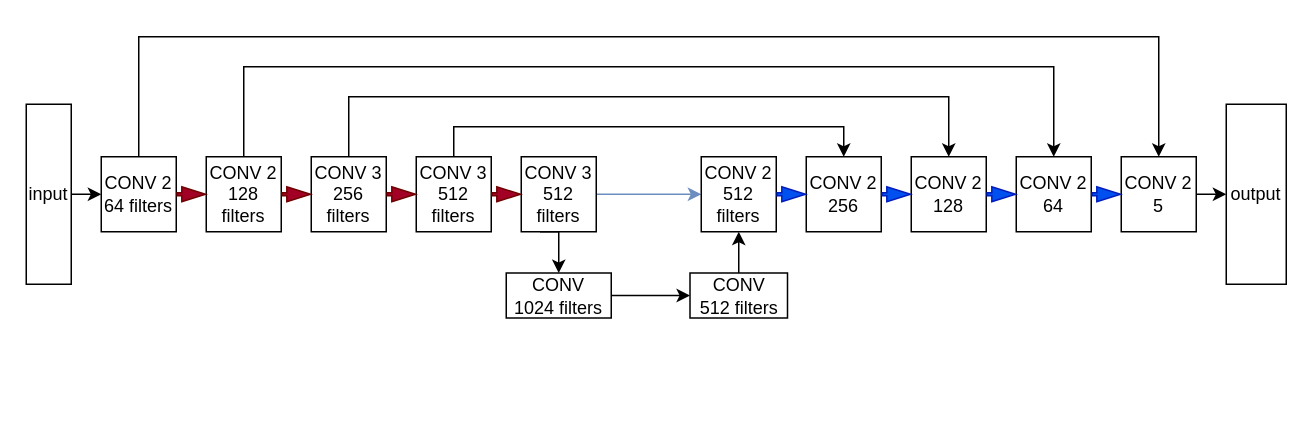
SimonMoritz/deep-learning keeps this draw.io diagram as vgg16-unet-transfer.drawio. Above is the earlier version. Source tidied: cells renumbered, new cells numbered last; positions are measured from the earlier drawing's top-left corner, leaving out a move shared by most shapes. Both pictures are drawn from the tidied source at 150%, with x=0, y=0 at pixel (26, 36).
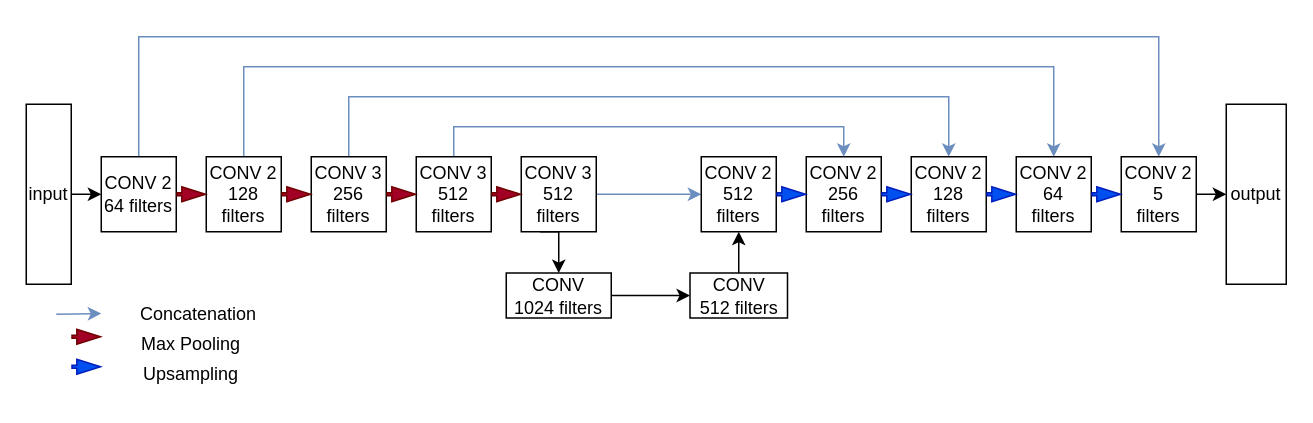
Above is the later version.

The change refers to these unchanged cells:
```xml
<mxCell id="3" value="&lt;div&gt;CONV 2&lt;/div&gt;&lt;div&gt;64 filters&lt;br&gt;&lt;/div&gt;" style="whiteSpace=wrap;html=1;" parent="1" vertex="1">
  <mxGeometry x="50" y="80" width="50" height="50" as="geometry" />
</mxCell>
<mxCell id="5" value="&lt;div&gt;CONV 2&lt;/div&gt;&lt;div&gt;128 filters&lt;br&gt;&lt;/div&gt;" style="whiteSpace=wrap;html=1;" parent="1" vertex="1">
  <mxGeometry x="120" y="80" width="50" height="50" as="geometry" />
</mxCell>
<mxCell id="7" value="&lt;div&gt;CONV 3&lt;br&gt;&lt;/div&gt;&lt;div&gt;256 filters&lt;br&gt;&lt;/div&gt;" style="whiteSpace=wrap;html=1;" parent="1" vertex="1">
  <mxGeometry x="190" y="80" width="50" height="50" as="geometry" />
</mxCell>
<mxCell id="19" value="&lt;div&gt;CONV 3&lt;br&gt;&lt;/div&gt;&lt;div&gt;512 filters&lt;br&gt;&lt;/div&gt;" style="whiteSpace=wrap;html=1;" parent="1" vertex="1">
  <mxGeometry x="260" y="80" width="50" height="50" as="geometry" />
</mxCell>
```

The edit, as a diff of the source:
```diff
@@
-    <mxCell id="2" style="edgeStyle=orthogonalEdgeStyle;rounded=0;jettySize=auto;html=1;exitX=0.5;exitY=0;exitDx=0;exitDy=0;entryX=0.5;entryY=0;entryDx=0;entryDy=0;" parent="1" edge="1" source="3" target="29">
+    <mxCell id="2" style="edgeStyle=orthogonalEdgeStyle;rounded=0;jettySize=auto;html=1;exitX=0.5;exitY=0;exitDx=0;exitDy=0;entryX=0.5;entryY=0;entryDx=0;entryDy=0;fillColor=#dae8fc;strokeColor=#6c8ebf;" parent="1" edge="1" source="3" target="29">
       <mxGeometry relative="1" as="geometry">
         <Array as="points">
           <mxPoint x="75" />
           <mxPoint x="755" />
         </Array>
       </mxGeometry>
     </mxCell>
@@
-    <mxCell id="4" style="edgeStyle=orthogonalEdgeStyle;rounded=0;jettySize=auto;html=1;exitX=0.5;exitY=0;exitDx=0;exitDy=0;entryX=0.5;entryY=0;entryDx=0;entryDy=0;" parent="1" edge="1" source="5" target="26">
+    <mxCell id="4" style="edgeStyle=orthogonalEdgeStyle;rounded=0;jettySize=auto;html=1;exitX=0.5;exitY=0;exitDx=0;exitDy=0;entryX=0.5;entryY=0;entryDx=0;entryDy=0;fillColor=#dae8fc;strokeColor=#6c8ebf;" parent="1" edge="1" source="5" target="26">
       <mxGeometry relative="1" as="geometry">
         <Array as="points">
           <mxPoint x="145" y="20" />
           <mxPoint x="685" y="20" />
         </Array>
       </mxGeometry>
     </mxCell>
@@
-    <mxCell id="6" style="edgeStyle=orthogonalEdgeStyle;rounded=0;jettySize=auto;html=1;entryX=0.5;entryY=0;entryDx=0;entryDy=0;exitX=0.5;exitY=0;exitDx=0;exitDy=0;" parent="1" edge="1" source="7" target="17">
+    <mxCell id="6" style="edgeStyle=orthogonalEdgeStyle;rounded=0;jettySize=auto;html=1;entryX=0.5;entryY=0;entryDx=0;entryDy=0;exitX=0.5;exitY=0;exitDx=0;exitDy=0;fillColor=#dae8fc;strokeColor=#6c8ebf;" parent="1" edge="1" source="7" target="17">
       <mxGeometry relative="1" as="geometry">
         <Array as="points">
           <mxPoint x="215" y="40" />
           <mxPoint x="615" y="40" />
         </Array>
       </mxGeometry>
     </mxCell>
@@
-    <mxCell id="16" value="&lt;div&gt;CONV 2&lt;br&gt;&lt;/div&gt;&lt;div&gt;256&lt;br&gt;&lt;/div&gt;" style="whiteSpace=wrap;html=1;" parent="1" vertex="1">
+    <mxCell id="16" value="&lt;div&gt;CONV 2&lt;br&gt;&lt;/div&gt;&lt;div&gt;256&lt;/div&gt;&lt;div&gt;filters&lt;/div&gt;" style="whiteSpace=wrap;html=1;" parent="1" vertex="1">
       <mxGeometry x="520" y="80" width="50" height="50" as="geometry" />
     </mxCell>
-    <mxCell id="17" value="&lt;div&gt;CONV 2&lt;br&gt;&lt;/div&gt;&lt;div&gt;128&lt;br&gt;&lt;/div&gt;" style="whiteSpace=wrap;html=1;" parent="1" vertex="1">
+    <mxCell id="17" value="&lt;div&gt;CONV 2&lt;br&gt;&lt;/div&gt;&lt;div&gt;128&lt;/div&gt;&lt;div&gt;filters&lt;/div&gt;" style="whiteSpace=wrap;html=1;" parent="1" vertex="1">
       <mxGeometry x="590" y="80" width="50" height="50" as="geometry" />
     </mxCell>
-    <mxCell id="18" style="edgeStyle=orthogonalEdgeStyle;rounded=0;jettySize=auto;html=1;exitX=0.5;exitY=0;exitDx=0;exitDy=0;entryX=0.5;entryY=0;entryDx=0;entryDy=0;" parent="1" edge="1" source="19" target="16">
+    <mxCell id="18" style="edgeStyle=orthogonalEdgeStyle;rounded=0;jettySize=auto;html=1;exitX=0.5;exitY=0;exitDx=0;exitDy=0;entryX=0.5;entryY=0;entryDx=0;entryDy=0;fillColor=#dae8fc;strokeColor=#6c8ebf;" parent="1" edge="1" source="19" target="16">
       <mxGeometry relative="1" as="geometry" />
     </mxCell>
@@
-    <mxCell id="26" value="&lt;div&gt;CONV 2&lt;br&gt;&lt;/div&gt;&lt;div&gt;64&lt;br&gt;&lt;/div&gt;" style="whiteSpace=wrap;html=1;" parent="1" vertex="1">
+    <mxCell id="26" value="&lt;div&gt;CONV 2&lt;br&gt;&lt;/div&gt;&lt;div&gt;64&lt;br&gt;&lt;/div&gt;&lt;div&gt;filters&lt;/div&gt;" style="whiteSpace=wrap;html=1;" parent="1" vertex="1">
       <mxGeometry x="660" y="80" width="50" height="50" as="geometry" />
     </mxCell>
@@
-    <mxCell id="29" value="&lt;div&gt;CONV 2&lt;br&gt;&lt;/div&gt;&lt;div&gt;5&lt;br&gt;&lt;/div&gt;" style="whiteSpace=wrap;html=1;" parent="1" vertex="1">
+    <mxCell id="29" value="&lt;div&gt;CONV 2&lt;br&gt;&lt;/div&gt;&lt;div&gt;5&lt;br&gt;&lt;/div&gt;&lt;div&gt;filters&lt;/div&gt;" style="whiteSpace=wrap;html=1;" parent="1" vertex="1">
       <mxGeometry x="730" y="80" width="50" height="50" as="geometry" />
     </mxCell>
@@
+    <mxCell id="34" style="endArrow=classic;html=1;rounded=0;fillColor=#dae8fc;strokeColor=#6c8ebf;" parent="1" edge="1">
+      <mxGeometry relative="1" as="geometry">
+        <mxPoint x="20" y="185" as="sourcePoint" />
+        <mxPoint x="50" y="184.5" as="targetPoint" />
+      </mxGeometry>
+    </mxCell>
+    <mxCell id="35" value="Concatenation" style="text;html=1;strokeColor=none;fillColor=none;align=center;verticalAlign=middle;whiteSpace=wrap;rounded=0;" parent="1" vertex="1">
+      <mxGeometry x="70" y="170" width="90" height="30" as="geometry" />
+    </mxCell>
+    <mxCell id="36" style="shape=flexArrow;endArrow=classic;html=1;rounded=0;fillColor=#a20025;strokeColor=#6F0000;width=2;endSize=4.93;entryX=0;entryY=0.5;entryDx=0;entryDy=0;endWidth=7;exitX=1;exitY=0.5;exitDx=0;exitDy=0;" parent="1" edge="1">
+      <mxGeometry relative="1" as="geometry">
+        <mxPoint x="30" y="200" as="sourcePoint" />
+        <mxPoint x="50" y="200" as="targetPoint" />
+      </mxGeometry>
+    </mxCell>
+    <mxCell id="37" value="Max Pooling" style="text;html=1;strokeColor=none;fillColor=none;align=center;verticalAlign=middle;whiteSpace=wrap;rounded=0;" parent="1" vertex="1">
+      <mxGeometry x="70" y="190" width="80" height="30" as="geometry" />
+    </mxCell>
+    <mxCell id="38" value="Upsampling" style="text;html=1;strokeColor=none;fillColor=none;align=center;verticalAlign=middle;whiteSpace=wrap;rounded=0;" parent="1" vertex="1">
+      <mxGeometry x="70" y="210" width="80" height="30" as="geometry" />
+    </mxCell>
+    <mxCell id="39" style="shape=flexArrow;endArrow=classic;html=1;rounded=0;fillColor=#0050ef;strokeColor=#001DBC;width=2;endSize=4.93;entryX=0;entryY=0.5;entryDx=0;entryDy=0;endWidth=7;exitX=1;exitY=0.5;exitDx=0;exitDy=0;" parent="1" edge="1">
+      <mxGeometry relative="1" as="geometry">
+        <mxPoint x="30" y="220" as="sourcePoint" />
+        <mxPoint x="50" y="220" as="targetPoint" />
+      </mxGeometry>
+    </mxCell>
```
